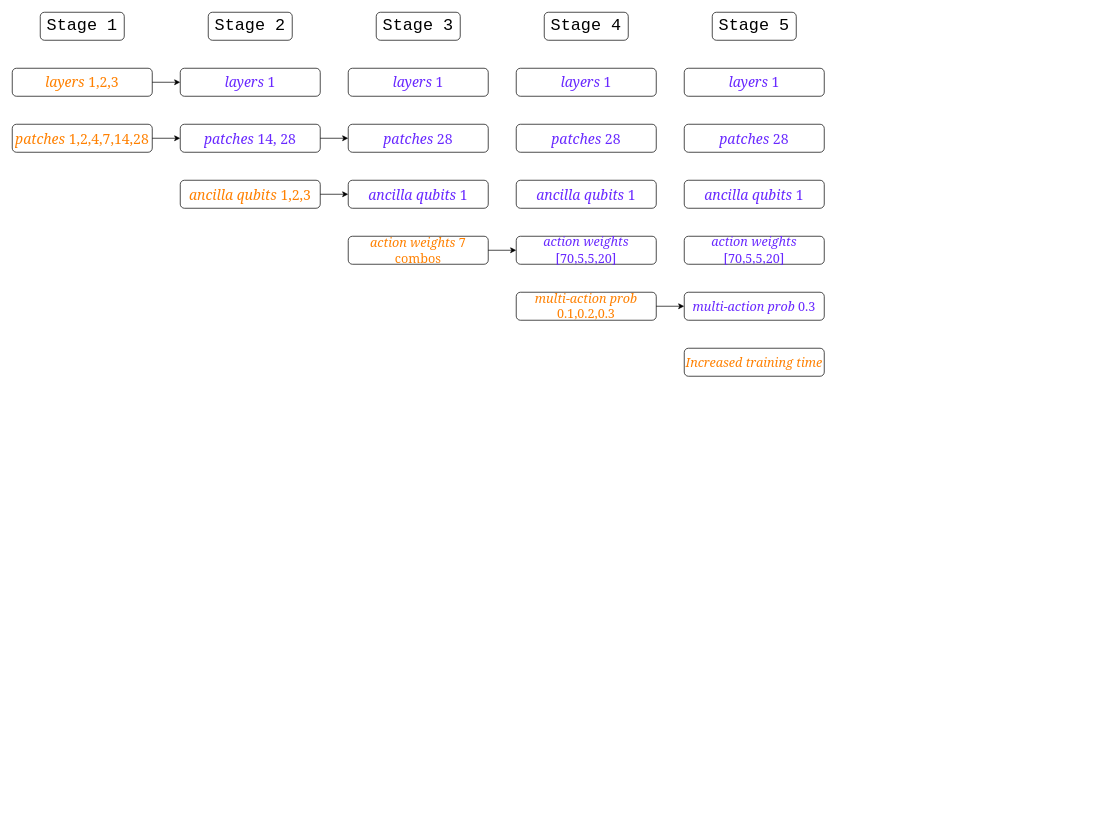
Above: ExperimentsOverview.drawio in BiancaMass/Diagrams (draw.io), before the change. Source tidied: cells renumbered, new cells numbered last; positions are measured from the earlier drawing's top-left corner, leaving out a move shared by most shapes. Both pictures are drawn from the tidied source at 70%, with x=0, y=0 at pixel (12, 12).
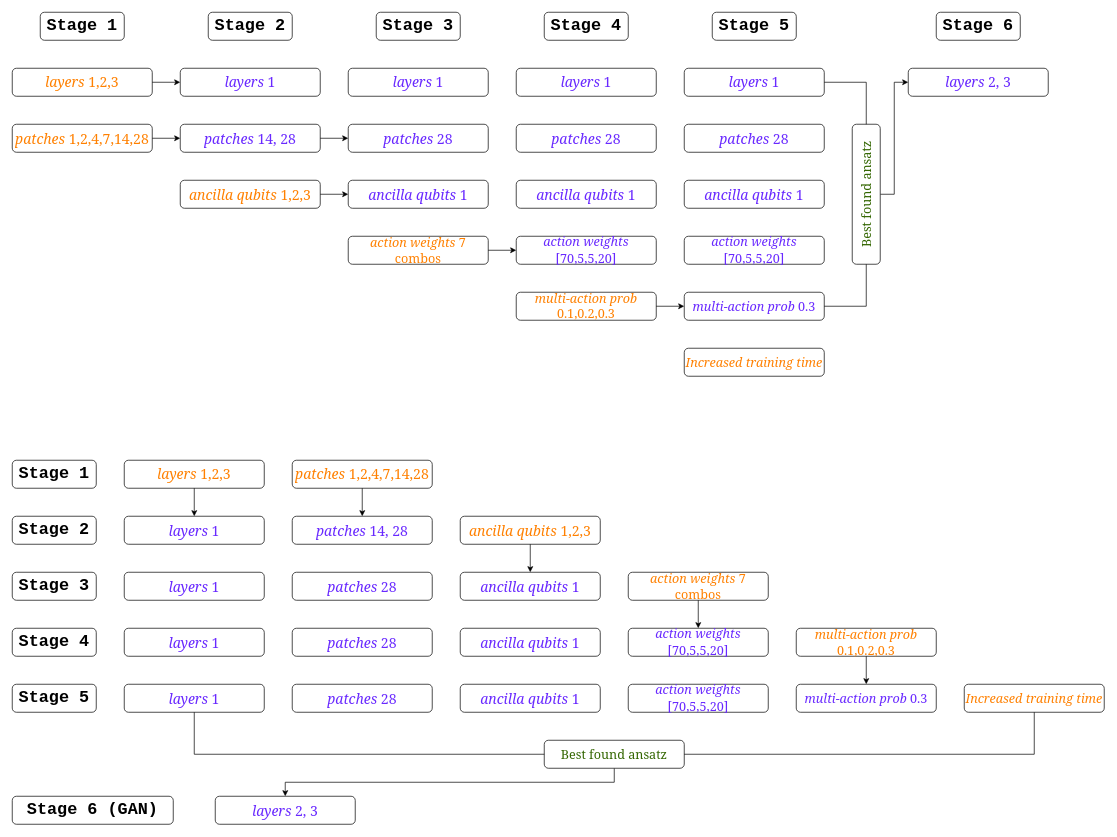
The same page after the edit.

Unchanged cells that the change refers to:
```xml
<mxCell id="16" value="&lt;font color=&quot;#6929ff&quot; face=&quot;Georgia&quot; style=&quot;font-size: 20px;&quot;&gt;&lt;i style=&quot;&quot;&gt;layers&lt;/i&gt; 1&lt;/font&gt;" style="rounded=1;whiteSpace=wrap;html=1;strokeColor=#000000;fillColor=none;" parent="1" vertex="1">
  <mxGeometry x="960" y="80" width="200" height="40" as="geometry" />
</mxCell>
<mxCell id="31" value="&lt;font face=&quot;Georgia&quot; color=&quot;#6929ff&quot;&gt;&lt;span style=&quot;font-size: 18px;&quot;&gt;&lt;i&gt;multi-action prob &lt;/i&gt;0.3&lt;/span&gt;&lt;/font&gt;" style="rounded=1;whiteSpace=wrap;html=1;strokeColor=#000000;fillColor=none;" parent="1" vertex="1">
  <mxGeometry x="960" y="400" width="200" height="40" as="geometry" />
</mxCell>
```

The edit, as a diff of the source:
```diff
@@
-    <mxCell id="2" value="&lt;font style=&quot;font-size: 24px;&quot; face=&quot;Courier New&quot;&gt;Stage 1&lt;/font&gt;" style="rounded=1;whiteSpace=wrap;html=1;" parent="1" vertex="1">
+    <mxCell id="2" value="&lt;font style=&quot;font-size: 24px;&quot; face=&quot;Courier New&quot;&gt;&lt;b&gt;Stage 1&lt;/b&gt;&lt;/font&gt;" style="rounded=1;whiteSpace=wrap;html=1;" parent="1" vertex="1">
       <mxGeometry x="40" width="120" height="40" as="geometry" />
     </mxCell>
-    <mxCell id="3" value="&lt;font style=&quot;font-size: 24px;&quot; face=&quot;Courier New&quot;&gt;Stage 2&lt;/font&gt;" style="rounded=1;whiteSpace=wrap;html=1;" parent="1" vertex="1">
+    <mxCell id="3" value="&lt;font style=&quot;font-size: 24px;&quot; face=&quot;Courier New&quot;&gt;&lt;b&gt;Stage 2&lt;/b&gt;&lt;/font&gt;" style="rounded=1;whiteSpace=wrap;html=1;" parent="1" vertex="1">
       <mxGeometry x="280" width="120" height="40" as="geometry" />
     </mxCell>
@@
-    <mxCell id="13" value="&lt;font style=&quot;font-size: 24px;&quot; face=&quot;Courier New&quot;&gt;Stage 3&lt;/font&gt;" style="rounded=1;whiteSpace=wrap;html=1;" parent="1" vertex="1">
+    <mxCell id="13" value="&lt;font style=&quot;font-size: 24px;&quot; face=&quot;Courier New&quot;&gt;&lt;b&gt;Stage 3&lt;/b&gt;&lt;/font&gt;" style="rounded=1;whiteSpace=wrap;html=1;" parent="1" vertex="1">
       <mxGeometry x="520" width="120" height="40" as="geometry" />
     </mxCell>
-    <mxCell id="14" value="&lt;font style=&quot;font-size: 24px;&quot; face=&quot;Courier New&quot;&gt;Stage 4&lt;/font&gt;" style="rounded=1;whiteSpace=wrap;html=1;" parent="1" vertex="1">
+    <mxCell id="14" value="&lt;font style=&quot;font-size: 24px;&quot; face=&quot;Courier New&quot;&gt;&lt;b&gt;Stage 4&lt;/b&gt;&lt;/font&gt;" style="rounded=1;whiteSpace=wrap;html=1;" parent="1" vertex="1">
       <mxGeometry x="760" width="120" height="40" as="geometry" />
     </mxCell>
-    <mxCell id="15" value="&lt;font style=&quot;font-size: 24px;&quot; face=&quot;Courier New&quot;&gt;Stage 5&lt;/font&gt;" style="rounded=1;whiteSpace=wrap;html=1;" parent="1" vertex="1">
+    <mxCell id="15" value="&lt;font style=&quot;font-size: 24px;&quot; face=&quot;Courier New&quot;&gt;&lt;b&gt;Stage 5&lt;/b&gt;&lt;/font&gt;" style="rounded=1;whiteSpace=wrap;html=1;" parent="1" vertex="1">
       <mxGeometry x="1000" width="120" height="40" as="geometry" />
     </mxCell>
@@
+    <mxCell id="33" value="&lt;font style=&quot;font-size: 24px;&quot; face=&quot;Courier New&quot;&gt;&lt;b&gt;Stage 6&lt;/b&gt;&lt;/font&gt;" style="rounded=1;whiteSpace=wrap;html=1;" parent="1" vertex="1">
+      <mxGeometry x="1320" width="120" height="40" as="geometry" />
+    </mxCell>
+    <mxCell id="34" style="edgeStyle=orthogonalEdgeStyle;rounded=0;jettySize=auto;html=1;entryX=0;entryY=0.5;entryDx=0;entryDy=0;" parent="1" edge="1" source="35" target="38">
+      <mxGeometry relative="1" as="geometry" />
+    </mxCell>
+    <mxCell id="35" value="&lt;font color=&quot;#336600&quot; style=&quot;font-size: 18px;&quot; face=&quot;Georgia&quot;&gt;Best found ansatz&lt;/font&gt;" style="rounded=1;whiteSpace=wrap;html=1;rotation=-90;" parent="1" vertex="1">
+      <mxGeometry x="1120" y="240" width="200" height="40" as="geometry" />
+    </mxCell>
+    <mxCell id="36" style="endArrow=none;html=1;rounded=0;exitX=1;exitY=0.5;exitDx=0;exitDy=0;entryX=1;entryY=0.5;entryDx=0;entryDy=0;" parent="1" edge="1" source="16" target="35">
+      <mxGeometry relative="1" as="geometry">
+        <Array as="points">
+          <mxPoint x="1220" y="100" />
+        </Array>
+      </mxGeometry>
+    </mxCell>
+    <mxCell id="37" style="endArrow=none;html=1;rounded=0;exitX=1;exitY=0.5;exitDx=0;exitDy=0;entryX=0;entryY=0.5;entryDx=0;entryDy=0;" parent="1" edge="1" source="31" target="35">
+      <mxGeometry relative="1" as="geometry">
+        <Array as="points">
+          <mxPoint x="1220" y="420" />
+        </Array>
+      </mxGeometry>
+    </mxCell>
+    <mxCell id="38" value="&lt;font color=&quot;#6929ff&quot; face=&quot;Georgia&quot; style=&quot;font-size: 20px;&quot;&gt;&lt;i style=&quot;&quot;&gt;layers&lt;/i&gt;&amp;nbsp;2, 3&lt;/font&gt;" style="rounded=1;whiteSpace=wrap;html=1;strokeColor=#000000;fillColor=none;" parent="1" vertex="1">
+      <mxGeometry x="1280" y="80" width="200" height="40" as="geometry" />
+    </mxCell>
+    <mxCell id="39" value="&lt;font style=&quot;font-size: 24px;&quot; face=&quot;Courier New&quot;&gt;&lt;b&gt;Stage 1&lt;/b&gt;&lt;/font&gt;" style="rounded=1;whiteSpace=wrap;html=1;" parent="1" vertex="1">
+      <mxGeometry y="640" width="120" height="40" as="geometry" />
+    </mxCell>
+    <mxCell id="40" style="edgeStyle=orthogonalEdgeStyle;rounded=0;jettySize=auto;html=1;exitX=0.5;exitY=1;exitDx=0;exitDy=0;entryX=0.5;entryY=0;entryDx=0;entryDy=0;" parent="1" edge="1" source="41" target="48">
+      <mxGeometry relative="1" as="geometry" />
+    </mxCell>
+    <mxCell id="41" value="&lt;font face=&quot;Georgia&quot; color=&quot;#ff8000&quot; style=&quot;font-size: 20px;&quot;&gt;&lt;i style=&quot;&quot;&gt;layers&lt;/i&gt; 1,2,3&lt;/font&gt;" style="rounded=1;whiteSpace=wrap;html=1;strokeColor=#000000;fillColor=none;" parent="1" vertex="1">
+      <mxGeometry x="160" y="640" width="200" height="40" as="geometry" />
+    </mxCell>
+    <mxCell id="42" style="edgeStyle=orthogonalEdgeStyle;rounded=0;jettySize=auto;html=1;exitX=0.5;exitY=1;exitDx=0;exitDy=0;entryX=0.5;entryY=0;entryDx=0;entryDy=0;" parent="1" edge="1" source="43" target="49">
+      <mxGeometry relative="1" as="geometry" />
+    </mxCell>
+    <mxCell id="43" value="&lt;font face=&quot;Georgia&quot; color=&quot;#ff8000&quot;&gt;&lt;span style=&quot;font-size: 20px;&quot;&gt;&lt;i&gt;patches &lt;/i&gt;1,2,4,7,14,28&lt;/span&gt;&lt;/font&gt;" style="rounded=1;whiteSpace=wrap;html=1;strokeColor=#000000;fillColor=none;" parent="1" vertex="1">
+      <mxGeometry x="400" y="640" width="200" height="40" as="geometry" />
+    </mxCell>
+    <mxCell id="44" value="&lt;font style=&quot;font-size: 24px;&quot; face=&quot;Courier New&quot;&gt;&lt;b&gt;Stage 2&lt;/b&gt;&lt;/font&gt;" style="rounded=1;whiteSpace=wrap;html=1;" parent="1" vertex="1">
+      <mxGeometry y="720" width="120" height="40" as="geometry" />
+    </mxCell>
+    <mxCell id="45" value="&lt;font style=&quot;font-size: 24px;&quot; face=&quot;Courier New&quot;&gt;&lt;b&gt;Stage 3&lt;/b&gt;&lt;/font&gt;" style="rounded=1;whiteSpace=wrap;html=1;" parent="1" vertex="1">
+      <mxGeometry y="800" width="120" height="40" as="geometry" />
+    </mxCell>
+    <mxCell id="46" value="&lt;font style=&quot;font-size: 24px;&quot; face=&quot;Courier New&quot;&gt;&lt;b&gt;Stage 4&lt;/b&gt;&lt;/font&gt;" style="rounded=1;whiteSpace=wrap;html=1;" parent="1" vertex="1">
+      <mxGeometry y="880" width="120" height="40" as="geometry" />
+    </mxCell>
+    <mxCell id="47" value="&lt;font style=&quot;font-size: 24px;&quot; face=&quot;Courier New&quot;&gt;&lt;b&gt;Stage 5&lt;/b&gt;&lt;/font&gt;" style="rounded=1;whiteSpace=wrap;html=1;" parent="1" vertex="1">
+      <mxGeometry y="960" width="120" height="40" as="geometry" />
+    </mxCell>
+    <mxCell id="48" value="&lt;font color=&quot;#6929ff&quot; face=&quot;Georgia&quot; style=&quot;font-size: 20px;&quot;&gt;&lt;i style=&quot;&quot;&gt;layers&lt;/i&gt; 1&lt;/font&gt;" style="rounded=1;whiteSpace=wrap;html=1;strokeColor=#000000;fillColor=none;" parent="1" vertex="1">
+      <mxGeometry x="160" y="720" width="200" height="40" as="geometry" />
+    </mxCell>
+    <mxCell id="49" value="&lt;i style=&quot;color: rgb(105, 41, 255); font-family: Georgia; font-size: 20px;&quot;&gt;patches&lt;/i&gt;&lt;span style=&quot;color: rgb(105, 41, 255); font-family: Georgia; font-size: 20px;&quot;&gt;&amp;nbsp;14, 28&lt;/span&gt;" style="rounded=1;whiteSpace=wrap;html=1;strokeColor=#000000;fillColor=none;" parent="1" vertex="1">
+      <mxGeometry x="400" y="720" width="200" height="40" as="geometry" />
+    </mxCell>
+    <mxCell id="50" style="edgeStyle=orthogonalEdgeStyle;rounded=0;jettySize=auto;html=1;exitX=0.5;exitY=1;exitDx=0;exitDy=0;entryX=0.5;entryY=0;entryDx=0;entryDy=0;" parent="1" edge="1" source="51" target="54">
+      <mxGeometry relative="1" as="geometry" />
+    </mxCell>
+    <mxCell id="51" value="&lt;font face=&quot;Georgia&quot; color=&quot;#ff8000&quot; style=&quot;font-size: 20px;&quot;&gt;&lt;i style=&quot;&quot;&gt;ancilla&lt;/i&gt;&amp;nbsp;&lt;i&gt;qubits&lt;/i&gt; 1,2,3&lt;/font&gt;" style="rounded=1;whiteSpace=wrap;html=1;strokeColor=#000000;fillColor=none;" parent="1" vertex="1">
+      <mxGeometry x="640" y="720" width="200" height="40" as="geometry" />
+    </mxCell>
+    <mxCell id="52" value="&lt;font color=&quot;#6929ff&quot; face=&quot;Georgia&quot; style=&quot;font-size: 20px;&quot;&gt;&lt;i style=&quot;&quot;&gt;layers&lt;/i&gt; 1&lt;/font&gt;" style="rounded=1;whiteSpace=wrap;html=1;strokeColor=#000000;fillColor=none;" parent="1" vertex="1">
+      <mxGeometry x="160" y="800" width="200" height="40" as="geometry" />
+    </mxCell>
+    <mxCell id="53" value="&lt;i style=&quot;color: rgb(105, 41, 255); font-family: Georgia; font-size: 20px;&quot;&gt;patches&lt;/i&gt;&lt;span style=&quot;color: rgb(105, 41, 255); font-family: Georgia; font-size: 20px;&quot;&gt;&amp;nbsp;28&lt;/span&gt;" style="rounded=1;whiteSpace=wrap;html=1;strokeColor=#000000;fillColor=none;" parent="1" vertex="1">
+      <mxGeometry x="400" y="800" width="200" height="40" as="geometry" />
+    </mxCell>
+    <mxCell id="54" value="&lt;font color=&quot;#6929ff&quot; face=&quot;Georgia&quot; style=&quot;font-size: 20px;&quot;&gt;&lt;i style=&quot;&quot;&gt;ancilla qubits&lt;/i&gt; 1&lt;/font&gt;" style="rounded=1;whiteSpace=wrap;html=1;strokeColor=#000000;fillColor=none;" parent="1" vertex="1">
+      <mxGeometry x="640" y="800" width="200" height="40" as="geometry" />
+    </mxCell>
+    <mxCell id="55" style="edgeStyle=orthogonalEdgeStyle;rounded=0;jettySize=auto;html=1;exitX=0.5;exitY=1;exitDx=0;exitDy=0;entryX=0.5;entryY=0;entryDx=0;entryDy=0;" parent="1" edge="1" source="56" target="60">
+      <mxGeometry relative="1" as="geometry" />
+    </mxCell>
+    <mxCell id="56" value="&lt;font face=&quot;Georgia&quot; color=&quot;#ff8000&quot; style=&quot;font-size: 18px;&quot;&gt;&lt;i style=&quot;&quot;&gt;action weights &lt;/i&gt;7 combos&lt;/font&gt;" style="rounded=1;whiteSpace=wrap;html=1;strokeColor=#000000;fillColor=none;" parent="1" vertex="1">
+      <mxGeometry x="880" y="800" width="200" height="40" as="geometry" />
+    </mxCell>
+    <mxCell id="57" value="&lt;font color=&quot;#6929ff&quot; face=&quot;Georgia&quot; style=&quot;font-size: 20px;&quot;&gt;&lt;i style=&quot;&quot;&gt;layers&lt;/i&gt; 1&lt;/font&gt;" style="rounded=1;whiteSpace=wrap;html=1;strokeColor=#000000;fillColor=none;" parent="1" vertex="1">
+      <mxGeometry x="160" y="880" width="200" height="40" as="geometry" />
+    </mxCell>
+    <mxCell id="58" value="&lt;i style=&quot;color: rgb(105, 41, 255); font-family: Georgia; font-size: 20px;&quot;&gt;patches&lt;/i&gt;&lt;span style=&quot;color: rgb(105, 41, 255); font-family: Georgia; font-size: 20px;&quot;&gt;&amp;nbsp;28&lt;/span&gt;" style="rounded=1;whiteSpace=wrap;html=1;strokeColor=#000000;fillColor=none;" parent="1" vertex="1">
+      <mxGeometry x="400" y="880" width="200" height="40" as="geometry" />
+    </mxCell>
+    <mxCell id="59" value="&lt;font color=&quot;#6929ff&quot; face=&quot;Georgia&quot; style=&quot;font-size: 20px;&quot;&gt;&lt;i style=&quot;&quot;&gt;ancilla qubits&lt;/i&gt; 1&lt;/font&gt;" style="rounded=1;whiteSpace=wrap;html=1;strokeColor=#000000;fillColor=none;" parent="1" vertex="1">
+      <mxGeometry x="640" y="880" width="200" height="40" as="geometry" />
+    </mxCell>
+    <mxCell id="60" value="&lt;font style=&quot;font-size: 18px;&quot;&gt;&lt;font face=&quot;Georgia&quot; color=&quot;#6929ff&quot;&gt;&lt;i style=&quot;&quot;&gt;action weights &lt;/i&gt;[70,5,5,20&lt;/font&gt;&lt;span style=&quot;color: rgb(105, 41, 255); font-family: Georgia; background-color: initial;&quot;&gt;]&lt;/span&gt;&lt;/font&gt;" style="rounded=1;whiteSpace=wrap;html=1;strokeColor=#000000;fillColor=none;" parent="1" vertex="1">
+      <mxGeometry x="880" y="880" width="200" height="40" as="geometry" />
+    </mxCell>
+    <mxCell id="61" style="edgeStyle=orthogonalEdgeStyle;rounded=0;jettySize=auto;html=1;exitX=0.5;exitY=1;exitDx=0;exitDy=0;entryX=0.5;entryY=0;entryDx=0;entryDy=0;" parent="1" edge="1" source="62" target="67">
+      <mxGeometry relative="1" as="geometry" />
+    </mxCell>
+    <mxCell id="62" value="&lt;font face=&quot;Georgia&quot; color=&quot;#ff8000&quot;&gt;&lt;span style=&quot;font-size: 18px;&quot;&gt;&lt;i&gt;multi-action prob &lt;/i&gt;0.1,0.2,0.3&lt;/span&gt;&lt;/font&gt;" style="rounded=1;whiteSpace=wrap;html=1;strokeColor=#000000;fillColor=none;" parent="1" vertex="1">
+      <mxGeometry x="1120" y="880" width="200" height="40" as="geometry" />
+    </mxCell>
+    <mxCell id="63" value="&lt;font color=&quot;#6929ff&quot; face=&quot;Georgia&quot; style=&quot;font-size: 20px;&quot;&gt;&lt;i style=&quot;&quot;&gt;layers&lt;/i&gt; 1&lt;/font&gt;" style="rounded=1;whiteSpace=wrap;html=1;strokeColor=#000000;fillColor=none;" parent="1" vertex="1">
+      <mxGeometry x="160" y="960" width="200" height="40" as="geometry" />
+    </mxCell>
+    <mxCell id="64" value="&lt;i style=&quot;color: rgb(105, 41, 255); font-family: Georgia; font-size: 20px;&quot;&gt;patches&lt;/i&gt;&lt;span style=&quot;color: rgb(105, 41, 255); font-family: Georgia; font-size: 20px;&quot;&gt;&amp;nbsp;28&lt;/span&gt;" style="rounded=1;whiteSpace=wrap;html=1;strokeColor=#000000;fillColor=none;" parent="1" vertex="1">
+      <mxGeometry x="400" y="960" width="200" height="40" as="geometry" />
+    </mxCell>
+    <mxCell id="65" value="&lt;font color=&quot;#6929ff&quot; face=&quot;Georgia&quot; style=&quot;font-size: 20px;&quot;&gt;&lt;i style=&quot;&quot;&gt;ancilla qubits&lt;/i&gt; 1&lt;/font&gt;" style="rounded=1;whiteSpace=wrap;html=1;strokeColor=#000000;fillColor=none;" parent="1" vertex="1">
+      <mxGeometry x="640" y="960" width="200" height="40" as="geometry" />
+    </mxCell>
+    <mxCell id="66" value="&lt;font style=&quot;font-size: 18px;&quot;&gt;&lt;font face=&quot;Georgia&quot; color=&quot;#6929ff&quot;&gt;&lt;i style=&quot;&quot;&gt;action weights &lt;/i&gt;[70,5,5,20&lt;/font&gt;&lt;span style=&quot;color: rgb(105, 41, 255); font-family: Georgia; background-color: initial;&quot;&gt;]&lt;/span&gt;&lt;/font&gt;" style="rounded=1;whiteSpace=wrap;html=1;strokeColor=#000000;fillColor=none;" parent="1" vertex="1">
+      <mxGeometry x="880" y="960" width="200" height="40" as="geometry" />
+    </mxCell>
+    <mxCell id="67" value="&lt;font face=&quot;Georgia&quot; color=&quot;#6929ff&quot;&gt;&lt;span style=&quot;font-size: 18px;&quot;&gt;&lt;i&gt;multi-action prob &lt;/i&gt;0.3&lt;/span&gt;&lt;/font&gt;" style="rounded=1;whiteSpace=wrap;html=1;strokeColor=#000000;fillColor=none;" parent="1" vertex="1">
+      <mxGeometry x="1120" y="960" width="200" height="40" as="geometry" />
+    </mxCell>
+    <mxCell id="68" value="&lt;font face=&quot;Georgia&quot; color=&quot;#ff8000&quot;&gt;&lt;span style=&quot;font-size: 18px;&quot;&gt;&lt;i&gt;Increased training time&lt;/i&gt;&lt;/span&gt;&lt;/font&gt;" style="rounded=1;whiteSpace=wrap;html=1;strokeColor=#000000;fillColor=none;" parent="1" vertex="1">
+      <mxGeometry x="1360" y="960" width="200" height="40" as="geometry" />
+    </mxCell>
+    <mxCell id="69" style="edgeStyle=orthogonalEdgeStyle;rounded=0;jettySize=auto;html=1;exitX=0.5;exitY=1;exitDx=0;exitDy=0;entryX=0.5;entryY=0;entryDx=0;entryDy=0;" parent="1" edge="1" source="70" target="71">
+      <mxGeometry relative="1" as="geometry" />
+    </mxCell>
+    <mxCell id="70" value="&lt;font color=&quot;#336600&quot; style=&quot;font-size: 18px;&quot; face=&quot;Georgia&quot;&gt;Best found ansatz&lt;/font&gt;" style="rounded=1;whiteSpace=wrap;html=1;rotation=0;" parent="1" vertex="1">
+      <mxGeometry x="760" y="1040" width="200" height="40" as="geometry" />
+    </mxCell>
+    <mxCell id="71" value="&lt;font color=&quot;#6929ff&quot; face=&quot;Georgia&quot; style=&quot;font-size: 20px;&quot;&gt;&lt;i style=&quot;&quot;&gt;layers&lt;/i&gt;&amp;nbsp;2, 3&lt;/font&gt;" style="rounded=1;whiteSpace=wrap;html=1;strokeColor=#000000;fillColor=none;" parent="1" vertex="1">
+      <mxGeometry x="290" y="1120" width="200" height="40" as="geometry" />
+    </mxCell>
+    <mxCell id="72" style="endArrow=none;html=1;rounded=0;exitX=0.5;exitY=1;exitDx=0;exitDy=0;entryX=0;entryY=0.5;entryDx=0;entryDy=0;" parent="1" edge="1" source="63" target="70">
+      <mxGeometry relative="1" as="geometry">
+        <Array as="points">
+          <mxPoint x="260" y="1060" />
+        </Array>
+      </mxGeometry>
+    </mxCell>
+    <mxCell id="73" style="endArrow=none;html=1;rounded=0;exitX=1;exitY=0.5;exitDx=0;exitDy=0;entryX=0.5;entryY=1;entryDx=0;entryDy=0;" parent="1" edge="1" source="70" target="68">
+      <mxGeometry relative="1" as="geometry">
+        <Array as="points">
+          <mxPoint x="1460" y="1060" />
+        </Array>
+      </mxGeometry>
+    </mxCell>
+    <mxCell id="74" value="&lt;font face=&quot;Courier New&quot; style=&quot;font-size: 24px;&quot;&gt;&lt;b&gt;Stage 6 (GAN)&lt;/b&gt;&lt;/font&gt;" style="rounded=1;whiteSpace=wrap;html=1;" parent="1" vertex="1">
+      <mxGeometry y="1120" width="230" height="40" as="geometry" />
+    </mxCell>
```
